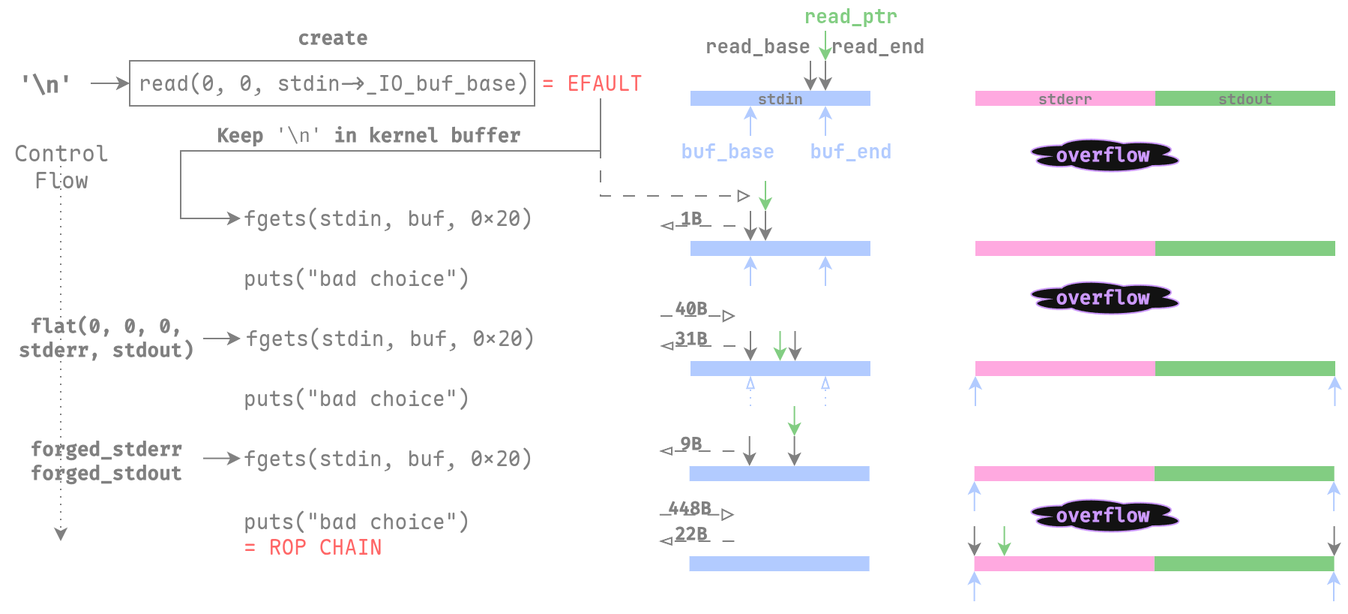
The draw.io diagram qwb2025/assets/fgets_io.png in RocketMaDev/CTFWriteup, before a commit. Source tidied: cells renumbered, new cells last; positions are measured from the earlier drawing's top-left corner, leaving out a move shared by most shapes.
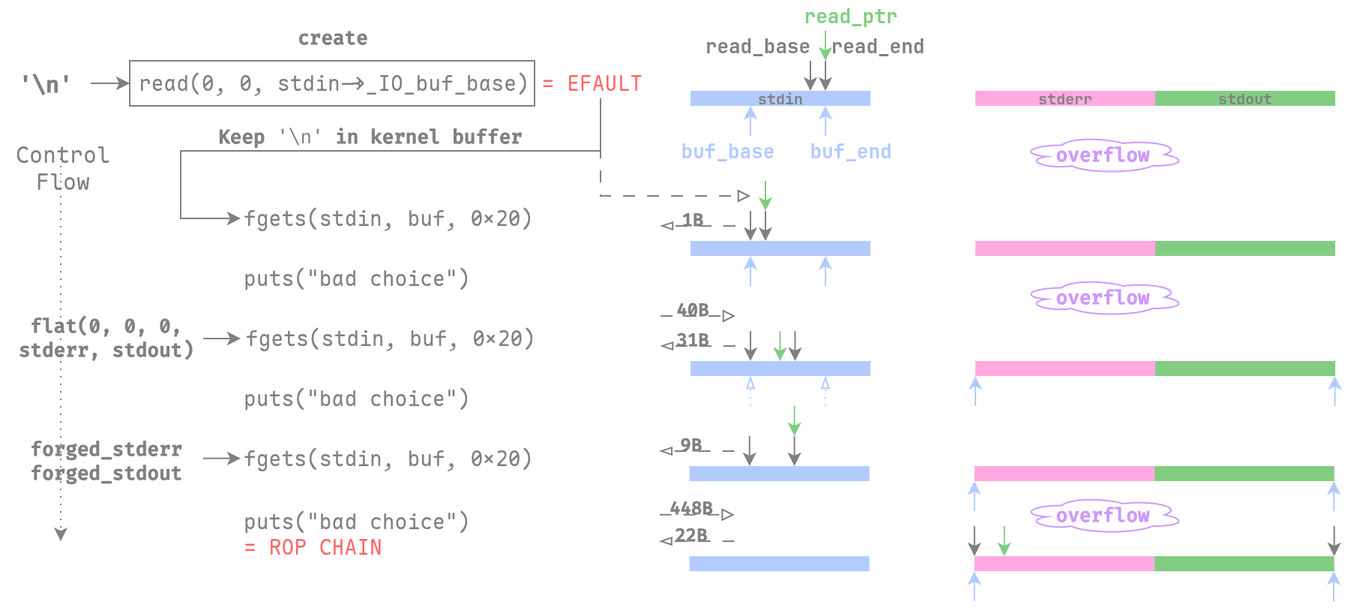
The same file after the commit.

Change to the diagram source:
```diff
@@ -92,7 +92,7 @@
         <mxPoint x="11" y="-11" as="offset" />
       </mxGeometry>
     </mxCell>
-    <mxCell id="24" value="overflow" style="ellipse;shape=cloud;whiteSpace=wrap;html=1;fontFamily=Fira Code;fontSource=https%3A%2F%2Ffonts.googleapis.com%2Fcss%3Ffamily%3DFira%2BCode;fontSize=13;fontStyle=1;fontColor=light-dark(#CC99FF,#CC99FF);strokeColor=light-dark(#CC99FF,#CC99FF);" parent="1" vertex="1">
+    <mxCell id="24" value="overflow" style="ellipse;shape=cloud;whiteSpace=wrap;html=1;fontFamily=Fira Code;fontSource=https%3A%2F%2Ffonts.googleapis.com%2Fcss%3Ffamily%3DFira%2BCode;fontSize=13;fontStyle=1;fontColor=light-dark(#CC99FF,#CC99FF);strokeColor=light-dark(#CC99FF,#CC99FF);fillColor=none;" parent="1" vertex="1">
       <mxGeometry x="680" y="90" width="110" height="25" as="geometry" />
     </mxCell>
     <mxCell id="25" style="rounded=0;whiteSpace=wrap;html=1;strokeColor=none;fillColor=light-dark(#B2CBFF,#B2CBFF);fontSize=10;" parent="1" vertex="1">
@@ -165,7 +165,7 @@
         <mxPoint x="135" y="225" as="sourcePoint" />
       </mxGeometry>
     </mxCell>
-    <mxCell id="39" value="overflow" style="ellipse;shape=cloud;whiteSpace=wrap;html=1;fontFamily=Fira Code;fontSource=https%3A%2F%2Ffonts.googleapis.com%2Fcss%3Ffamily%3DFira%2BCode;fontSize=13;fontStyle=1;fontColor=light-dark(#CC99FF,#CC99FF);strokeColor=light-dark(#CC99FF,#CC99FF);" parent="1" vertex="1">
+    <mxCell id="39" value="overflow" style="ellipse;shape=cloud;whiteSpace=wrap;html=1;fontFamily=Fira Code;fontSource=https%3A%2F%2Ffonts.googleapis.com%2Fcss%3Ffamily%3DFira%2BCode;fontSize=13;fontStyle=1;fontColor=light-dark(#CC99FF,#CC99FF);strokeColor=light-dark(#CC99FF,#CC99FF);fillColor=none;" parent="1" vertex="1">
       <mxGeometry x="680" y="185" width="110" height="25" as="geometry" />
     </mxCell>
     <mxCell id="40" style="rounded=0;whiteSpace=wrap;html=1;strokeColor=none;fillColor=light-dark(#B2CBFF,#B2CBFF);fontSize=10;" parent="1" vertex="1">
@@ -288,7 +288,7 @@
         <mxPoint x="-3" y="-5" as="offset" />
       </mxGeometry>
     </mxCell>
-    <mxCell id="65" value="overflow" style="ellipse;shape=cloud;whiteSpace=wrap;html=1;fontFamily=Fira Code;fontSource=https%3A%2F%2Ffonts.googleapis.com%2Fcss%3Ffamily%3DFira%2BCode;fontSize=13;fontStyle=1;fontColor=light-dark(#CC99FF,#CC99FF);strokeColor=light-dark(#CC99FF,#CC99FF);" parent="1" vertex="1">
+    <mxCell id="65" value="overflow" style="ellipse;shape=cloud;whiteSpace=wrap;html=1;fontFamily=Fira Code;fontSource=https%3A%2F%2Ffonts.googleapis.com%2Fcss%3Ffamily%3DFira%2BCode;fontSize=13;fontStyle=1;fontColor=light-dark(#CC99FF,#CC99FF);strokeColor=light-dark(#CC99FF,#CC99FF);fillColor=none;" parent="1" vertex="1">
       <mxGeometry x="680" y="330" width="110" height="25" as="geometry" />
     </mxCell>
     <mxCell id="66" style="rounded=0;whiteSpace=wrap;html=1;strokeColor=none;fillColor=light-dark(#B2CBFF,#B2CBFF);fontSize=10;" parent="1" vertex="1">
```
